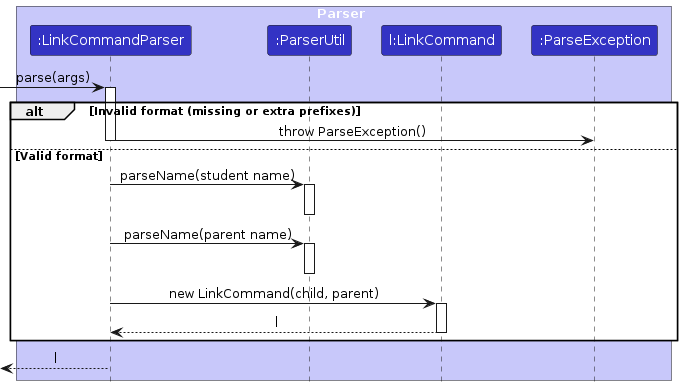
Earlier version of the PlantUML export diagrams/LinkParseSequenceDiagram.png (AY2425-CS2103T-T09-4/tp). Its source is kept beside it as diagrams/LinkParseSequenceDiagram.puml.
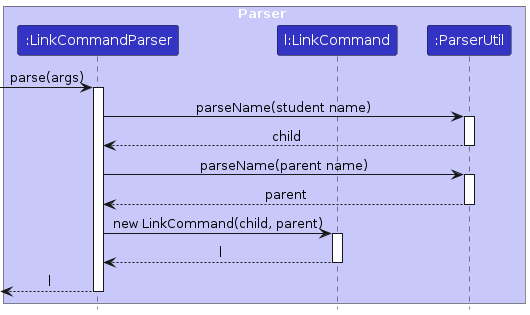
After the commit.

What changed in the source:
```diff
@@ -4,9 +4,8 @@
 
 box Parser LOGIC_COLOR_T1
 participant ":LinkCommandParser" as LinkCommandParser LOGIC_COLOR
+participant "l:LinkCommand" as LinkCommand LOGIC_COLOR
 participant ":ParserUtil" as ParserUtil LOGIC_COLOR
-participant "l:LinkCommand" as LinkCommand LOGIC_COLOR
-participant ":ParseException" as ParseException LOGIC_COLOR
 end box
 
 [-> LinkCommandParser : parse(args)
@@ -14,24 +13,22 @@
 
 
 
-alt Invalid format (missing or extra prefixes)
-    LinkCommandParser -> ParseException : throw ParseException()
-    deactivate LinkCommandParser
-else Valid format
 
-    LinkCommandParser -> ParserUtil : parseName(student name)
-    activate ParserUtil
-    deactivate ParserUtil
 
-    LinkCommandParser -> ParserUtil : parseName(parent name)
-    activate ParserUtil
-    deactivate ParserUtil
+LinkCommandParser -> ParserUtil : parseName(student name)
+activate ParserUtil
+ParserUtil --> LinkCommandParser : child
+deactivate ParserUtil
 
-    LinkCommandParser -> LinkCommand : new LinkCommand(child, parent)
-    activate LinkCommand
-    LinkCommand --> LinkCommandParser : l
-    deactivate LinkCommand
-end
+LinkCommandParser -> ParserUtil : parseName(parent name)
+activate ParserUtil
+ParserUtil --> LinkCommandParser : parent
+deactivate ParserUtil
+
+LinkCommandParser -> LinkCommand : new LinkCommand(child, parent)
+activate LinkCommand
+LinkCommand --> LinkCommandParser : l
+deactivate LinkCommand
 
 <-- LinkCommandParser : l
 deactivate LinkCommandParser
```
